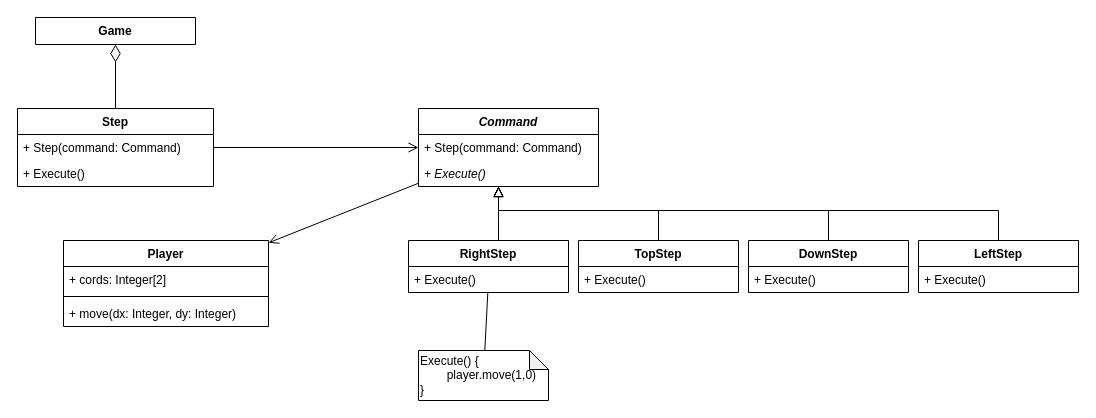
This is lab03/docs/3.drawio from Dvakian/Object-oriented-analysis-and-design-2, a draw.io file, before an edit. Source tidied: cells renumbered, new cells numbered last; positions are measured from the earlier drawing's top-left corner, leaving out a move shared by most shapes. Both pictures are drawn from the tidied source at 100%, with x=0, y=0 at pixel (17, 17).
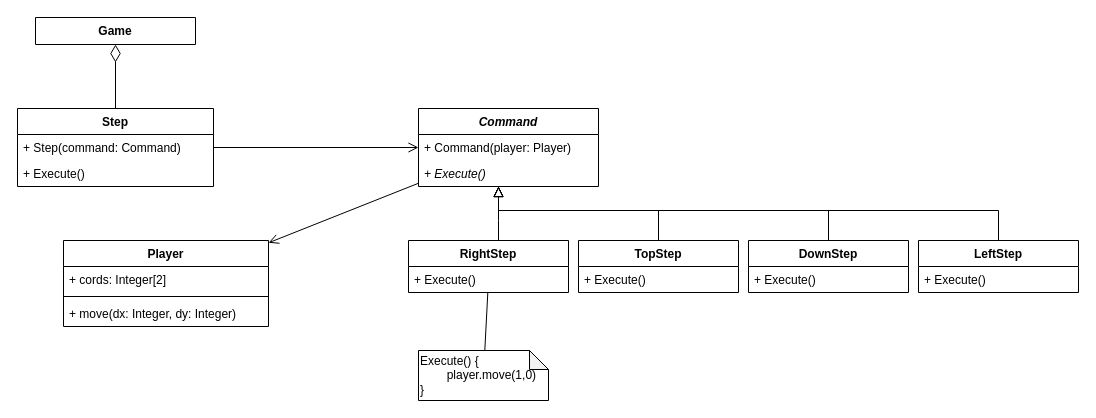
Above is the later version.

Unchanged cells that the change refers to:
```xml
<mxCell id="9" value="Command" style="swimlane;fontStyle=3;align=center;verticalAlign=top;horizontal=1;startSize=26;whiteSpace=wrap;html=1;" parent="1" vertex="1">
  <mxGeometry x="401" y="91" width="180" height="78" as="geometry" />
</mxCell>
```

The edit, as a diff of the source:
```diff
@@
-    <mxCell id="10" value="+ Step(command: Command)" style="text;strokeColor=none;fillColor=none;align=left;verticalAlign=top;spacingLeft=4;spacingRight=4;overflow=hidden;whiteSpace=wrap;html=1;fontStyle=0;" parent="9" vertex="1">
+    <mxCell id="10" value="+ Command(player: Player)" style="text;strokeColor=none;fillColor=none;align=left;verticalAlign=top;spacingLeft=4;spacingRight=4;overflow=hidden;whiteSpace=wrap;html=1;fontStyle=0;" parent="9" vertex="1">
       <mxGeometry y="26" width="180" height="26" as="geometry" />
     </mxCell>
```
